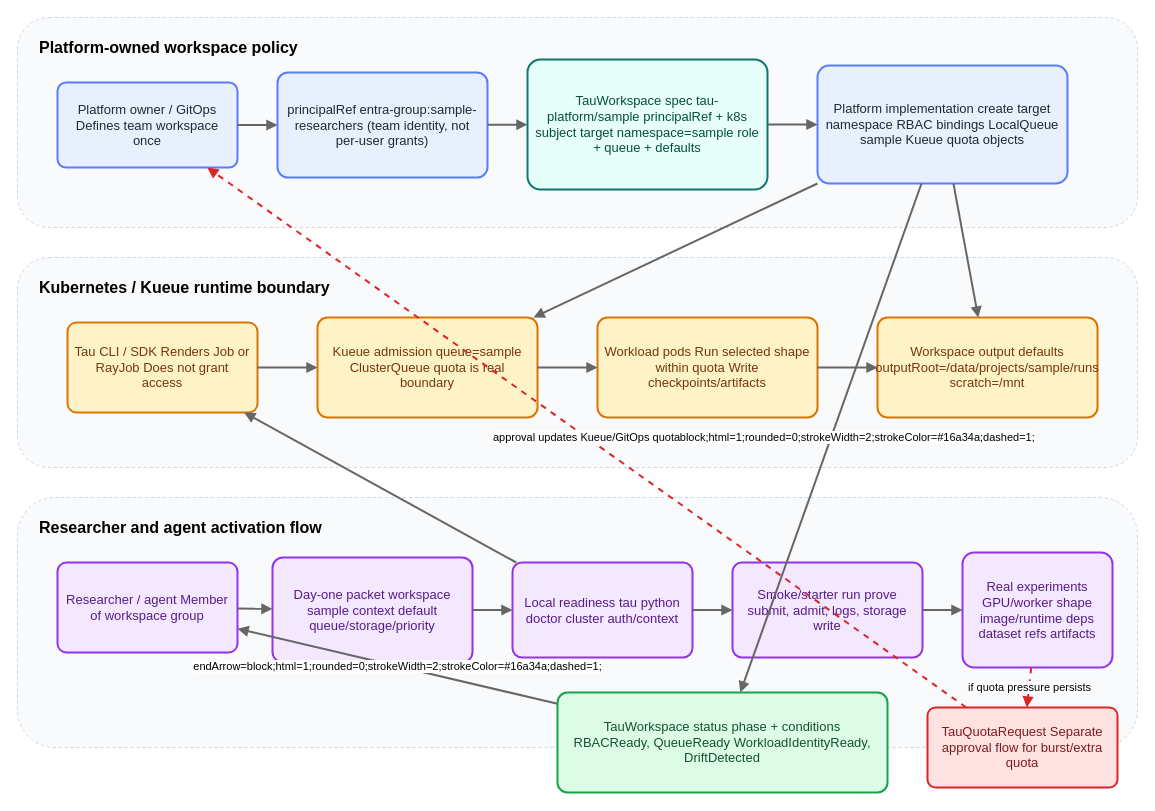
Azure/taugrid keeps this draw.io diagram as site/static/sources/tau/Tau-Researcher-Onboarding-Workspace-Design.drawio. Above is the earlier version. Source tidied: cells renumbered, new cells numbered last; positions are measured from the earlier drawing's top-left corner, leaving out a move shared by most shapes. Both pictures are drawn from the tidied source at 100%, with x=0, y=0 at pixel (17, 17).
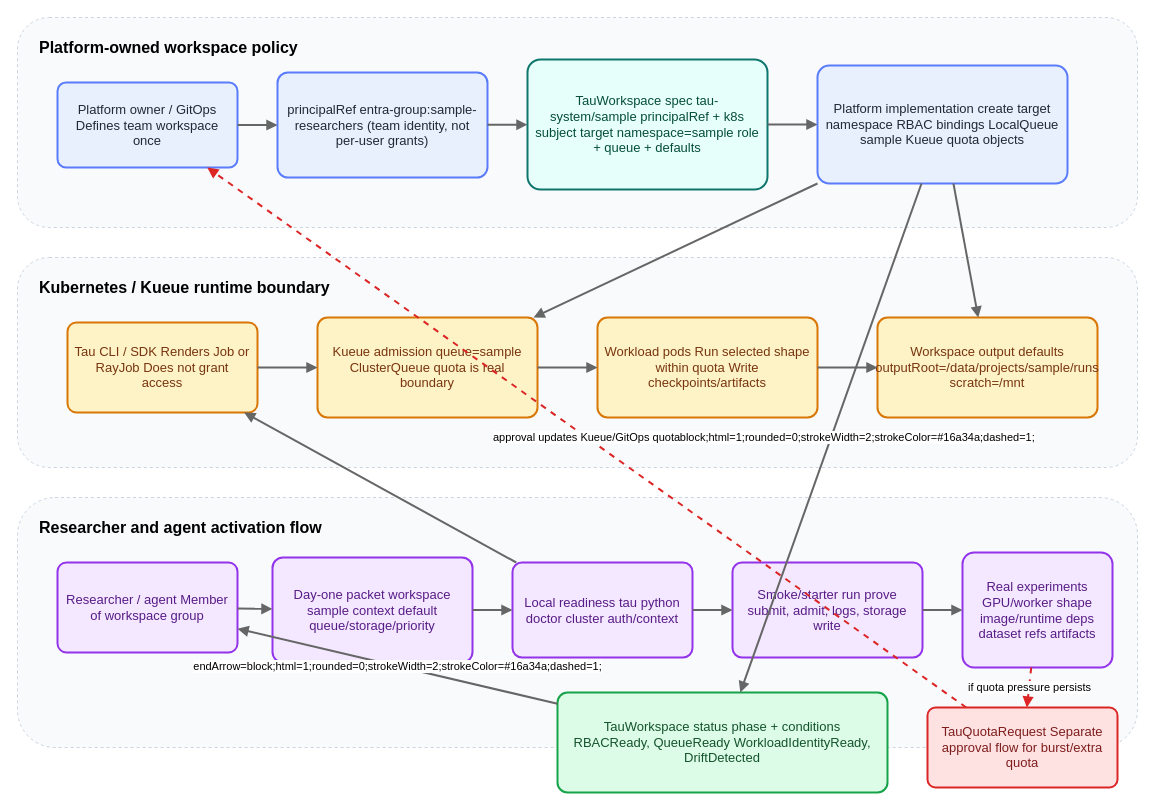
Above is the later version.

What changed in the source:
```diff
@@
-    <mxCell id="10" value="TauWorkspace spec tau-platform/sample principalRef + k8s subject target namespace=sample role + queue + defaults" style="rounded=1;whiteSpace=wrap;html=1;arcSize=10;strokeWidth=2;fontSize=13;align=center;verticalAlign=middle;spacing=8;fillColor=#e6fffa;strokeColor=#0f766e;fontColor=#064e3b;" parent="1" vertex="1">
+    <mxCell id="10" value="TauWorkspace spec tau-system/sample principalRef + k8s subject target namespace=sample role + queue + defaults" style="rounded=1;whiteSpace=wrap;html=1;arcSize=10;strokeWidth=2;fontSize=13;align=center;verticalAlign=middle;spacing=8;fillColor=#e6fffa;strokeColor=#0f766e;fontColor=#064e3b;" parent="1" vertex="1">
       <mxGeometry x="510" y="42" width="240" height="130" as="geometry" />
     </mxCell>
```
